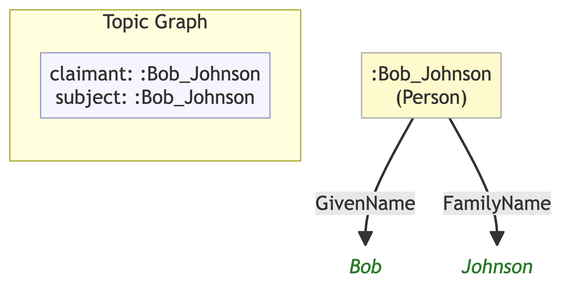
The Mermaid diagram example/graphs/images/graph-03.png in MeeFoundation/mia-ontologies, before a commit. Its source is kept beside it as example/graphs/images/graph-03.mmd.
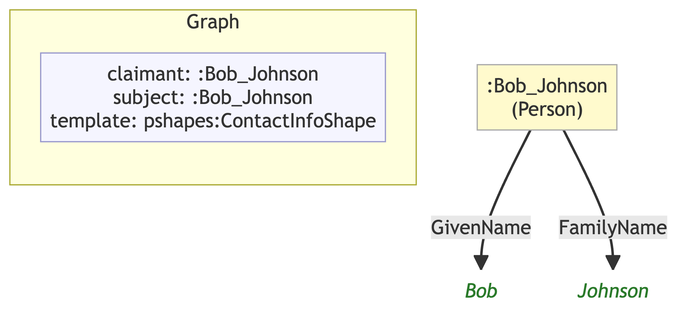
After the commit.

Change to the diagram source:
```diff
@@ -1,18 +1,17 @@
 flowchart TD
     classDef person fill:#fffacd,stroke:#aaa,color:#333
-    classDef grp    fill:#d4edda,stroke:#aaa,color:#333
     classDef org    fill:#cce5ff,stroke:#aaa,color:#333
     classDef lit    fill:none,stroke:none,font-style:italic,color:#2a7a2a
     classDef meta   fill:#f5f5ff,stroke:#9999cc,color:#333
 
-    subgraph ctx["Topic Graph"]
+    subgraph ctx["Graph"]
         direction LR
-        ctx_meta["claimant: :Bob_Johnson\nsubject: :Bob_Johnson"]:::meta
+        ctx_meta["claimant: :Bob_Johnson\nsubject: :Bob_Johnson\ntemplate: pshapes:ContactInfoShape"]:::meta
     end
 
     n166b15bd501b[":Bob_Johnson\n(Person)"]:::person
-    n9d98dd3b7bd0("Bob"):::lit
-    n9ac77414fc80("Johnson"):::lit
+    n742737e7eaf4("Bob"):::lit
+    n104bfdc5aed4("Johnson"):::lit
 
-    n166b15bd501b -->|"GivenName"| n9d98dd3b7bd0
-    n166b15bd501b -->|"FamilyName"| n9ac77414fc80
+    n166b15bd501b -->|"GivenName"| n742737e7eaf4
+    n166b15bd501b -->|"FamilyName"| n104bfdc5aed4
```
